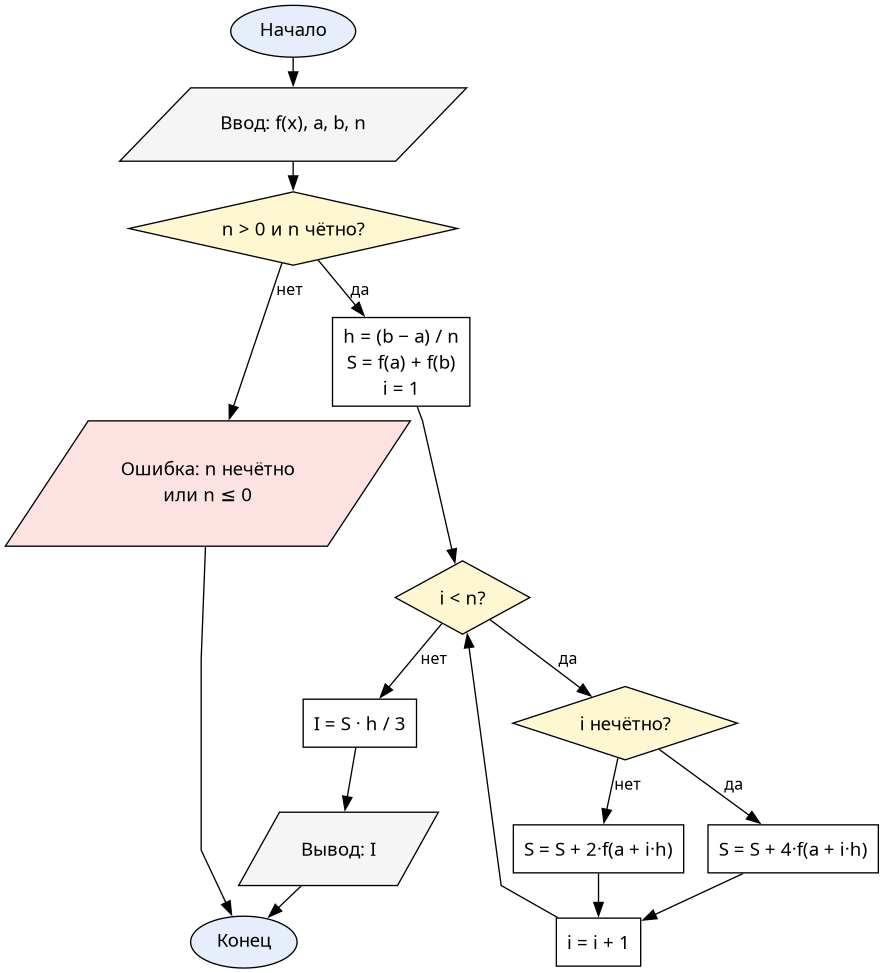
Before: doc/resources/flowcharts/simpson.png, a diagram exported from Graphviz (Oriptal/calc-math-lab2). Its source is kept beside it as doc/resources/flowcharts/simpson.dot.
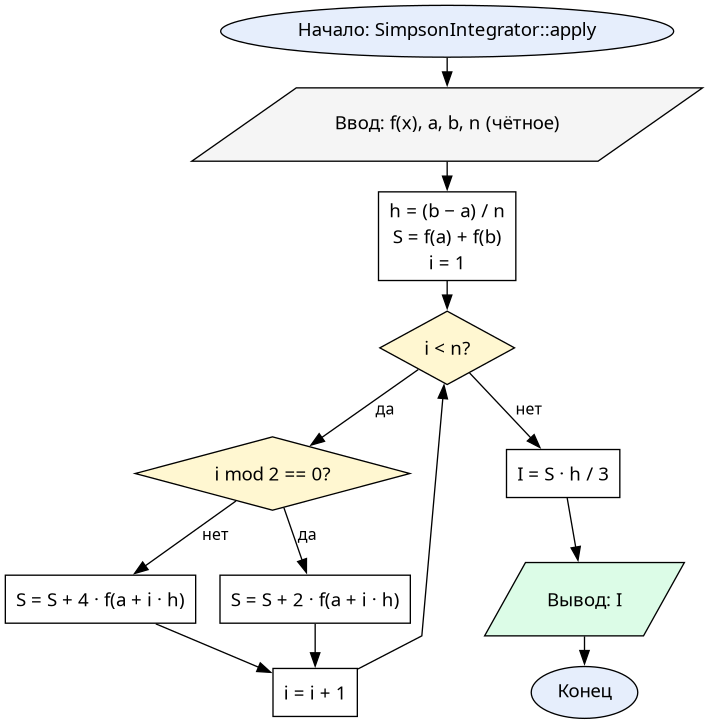
Later version of the same file.

The edit, as a diff of the source:
```diff
@@ -3,30 +3,24 @@
   node  [fontname="CMU Serif", fontsize=14, style="filled", fillcolor="#ffffff", color="#000000"]
   edge  [fontname="CMU Serif", fontsize=12, color="#000000"]
 
-  start [label="Начало", shape=oval, fillcolor="#e6eefc"]
-  input [label="Ввод: f(x), a, b, n", shape=parallelogram, fillcolor="#f5f5f5"]
-  chkEven [label=<n &gt; 0 и n чётно?>, shape=diamond, fillcolor="#fff7d1"]
-  err   [label="Ошибка: n нечётно\nили n ≤ 0", shape=parallelogram, fillcolor="#fde2e2"]
-  init  [label=<h = (b − a) / n<BR/>S = f(a) + f(b)<BR/>i = 1>, shape=box]
-  loop  [label=<i &lt; n?>, shape=diamond, fillcolor="#fff7d1"]
-  coef  [label=<i нечётно?>, shape=diamond, fillcolor="#fff7d1"]
-  four  [label=<S = S + 4·f(a + i·h)>, shape=box]
-  two   [label=<S = S + 2·f(a + i·h)>, shape=box]
-  incr  [label=<i = i + 1>, shape=box]
-  mul   [label=<I = S · h / 3>, shape=box]
-  output [label=<Вывод: I>, shape=parallelogram, fillcolor="#f5f5f5"]
-  stop   [label="Конец", shape=oval, fillcolor="#e6eefc"]
+  start   [label="Начало: SimpsonIntegrator::apply", shape=oval, fillcolor="#e6eefc"]
+  input   [label="Ввод: f(x), a, b, n (чётное)", shape=parallelogram, fillcolor="#f5f5f5"]
+  init    [label=<h = (b − a) / n<BR/>S = f(a) + f(b)<BR/>i = 1>, shape=box]
+  loop    [label=<i &lt; n?>, shape=diamond, fillcolor="#fff7d1"]
+  parity  [label=<i mod 2 == 0?>, shape=diamond, fillcolor="#fff7d1"]
+  even    [label=<S = S + 2 · f(a + i · h)>, shape=box]
+  odd     [label=<S = S + 4 · f(a + i · h)>, shape=box]
+  incr    [label=<i = i + 1>, shape=box]
+  mul     [label=<I = S · h / 3>, shape=box]
+  output  [label=<Вывод: I>, shape=parallelogram, fillcolor="#dcfce7"]
+  stop    [label="Конец", shape=oval, fillcolor="#e6eefc"]
 
-  start -> input -> chkEven
-  chkEven -> err [label="нет"]
-  err -> stop
-  chkEven -> init [label="да"]
-  init -> loop
-  loop -> coef [label="да"]
-  coef -> four [label="да"]
-  coef -> two [label="нет"]
-  four -> incr
-  two -> incr
+  start -> input -> init -> loop
+  loop -> parity [label="да"]
+  parity -> even [label="да"]
+  parity -> odd  [label="нет"]
+  even -> incr
+  odd  -> incr
   incr -> loop
   loop -> mul [label="нет"]
   mul -> output -> stop
```
